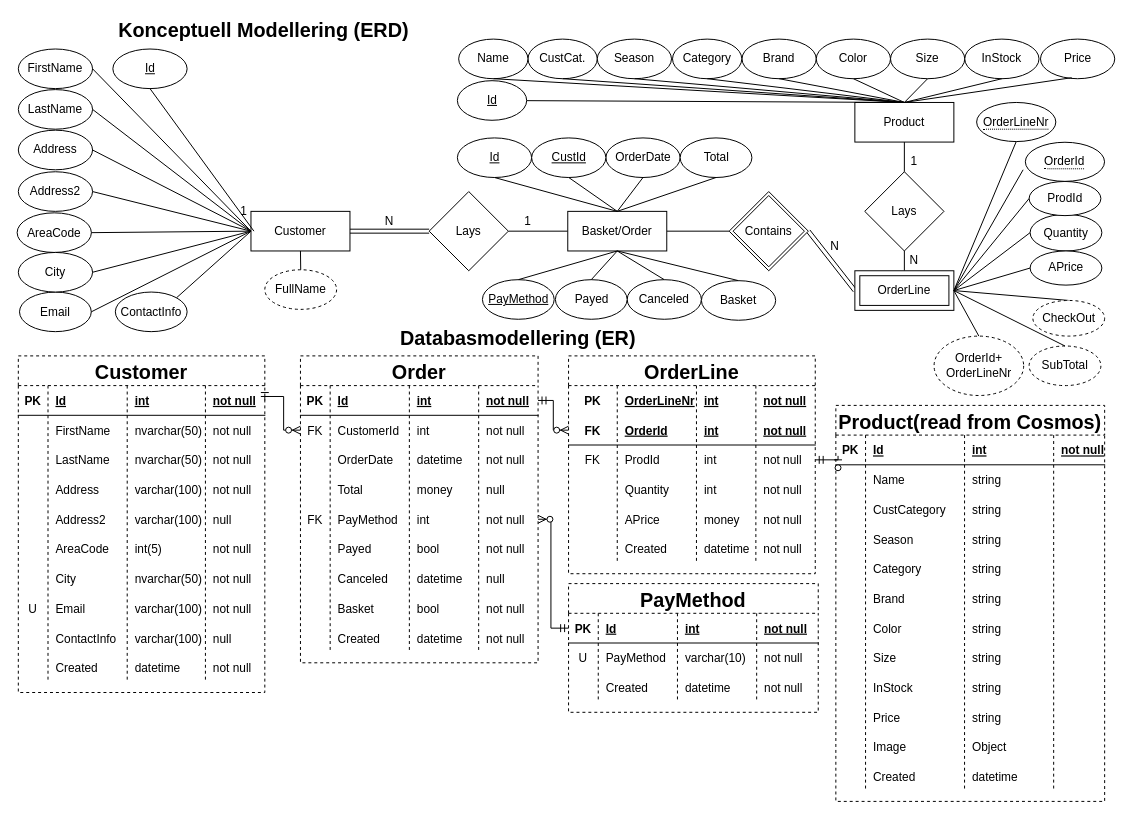
Before: Dokumentation/Databaser.drawio in apl2lexicon/DevOps, a draw.io diagram. Source tidied: cells renumbered, new cells numbered last; positions are measured from the earlier drawing's top-left corner, leaving out a move shared by most shapes. Both pictures are drawn from the tidied source at 99%, with x=0, y=0 at pixel (17, 19).
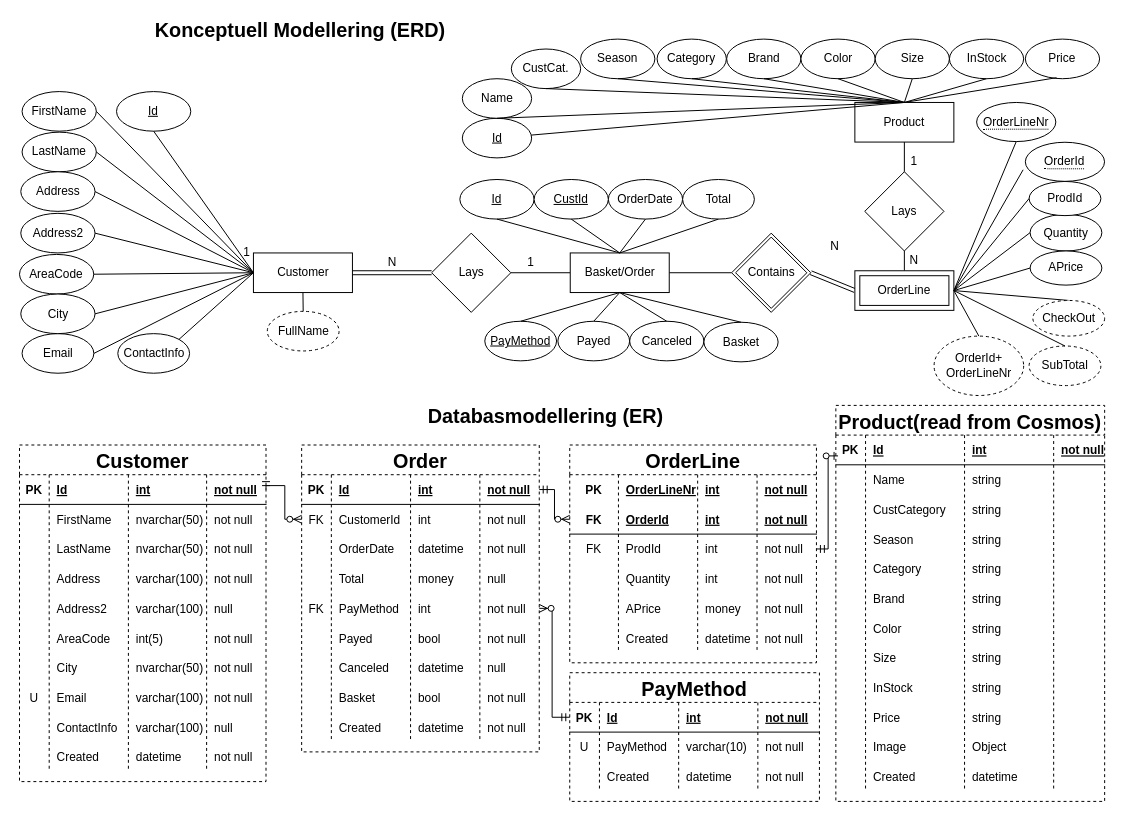
The same diagram, later.

The change refers to these unchanged cells:
```xml
<mxCell id="54" style="shape=partialRectangle;fillColor=none;top=0;left=0;bottom=1;right=0;points=[[0,0.5],[1,0.5]];portConstraint=eastwest;" parent="53" vertex="1">
  <mxGeometry y="30" width="249" height="30" as="geometry" />
</mxCell>
<mxCell id="171" style="shape=partialRectangle;fillColor=none;top=0;left=0;bottom=0;right=0;points=[[0,0.5],[1,0.5]];portConstraint=eastwest;" parent="165" vertex="1">
  <mxGeometry y="60" width="240" height="30" as="geometry" />
</mxCell>
<mxCell id="186" style="shape=partialRectangle;fillColor=none;top=0;left=0;bottom=0;right=0;points=[[0,0.5],[1,0.5]];portConstraint=eastwest;" parent="165" vertex="1">
  <mxGeometry y="150" width="240" height="30" as="geometry" />
</mxCell>
<mxCell id="223" style="shape=partialRectangle;fillColor=none;top=0;left=0;bottom=0;right=0;points=[[0,0.5],[1,0.5]];portConstraint=eastwest;" parent="212" vertex="1">
  <mxGeometry y="90" width="249.2" height="30" as="geometry" />
</mxCell>
<mxCell id="252" style="shape=partialRectangle;fillColor=none;top=0;left=0;bottom=1;right=0;points=[[0,0.5],[1,0.5]];portConstraint=eastwest;" parent="251" vertex="1">
  <mxGeometry y="30" width="252.2" height="30" as="geometry" />
</mxCell>
```

The edit, as a diff of the source:
```diff
@@
     <mxCell id="2" value="Customer" style="whiteSpace=wrap;html=1;align=center;" parent="1" vertex="1">
-      <mxGeometry x="236" y="194" width="100" height="40" as="geometry" />
+      <mxGeometry x="238.5" y="236" width="100" height="40" as="geometry" />
     </mxCell>
     <mxCell id="3" value="Id" style="ellipse;whiteSpace=wrap;html=1;align=center;fontStyle=4;" parent="1" vertex="1">
-      <mxGeometry x="96.5" y="30" width="75" height="40" as="geometry" />
+      <mxGeometry x="100.2" y="73" width="75" height="40" as="geometry" />
     </mxCell>
-    <mxCell id="4" style="endArrow=none;html=1;entryX=0.5;entryY=1;entryDx=0;entryDy=0;rounded=0;" parent="1" edge="1" target="3">
-      <mxGeometry relative="1" as="geometry">
-        <mxPoint x="239" y="214" as="sourcePoint" />
-      </mxGeometry>
+    <mxCell id="4" style="endArrow=none;html=1;entryX=0.5;entryY=1;entryDx=0;entryDy=0;rounded=0;exitX=0;exitY=0.5;exitDx=0;exitDy=0;" parent="1" edge="1" source="2" target="3">
+      <mxGeometry relative="1" as="geometry" />
     </mxCell>
     <mxCell id="5" value="FirstName" style="ellipse;whiteSpace=wrap;html=1;" parent="1" vertex="1">
-      <mxGeometry x="1" y="30" width="75" height="40" as="geometry" />
+      <mxGeometry x="4.8" y="73" width="75" height="40" as="geometry" />
     </mxCell>
     <mxCell id="6" value="LastName" style="ellipse;whiteSpace=wrap;html=1;" parent="1" vertex="1">
-      <mxGeometry x="1" y="71" width="75" height="40" as="geometry" />
+      <mxGeometry x="4.8" y="114" width="75" height="40" as="geometry" />
     </mxCell>
@@
     <mxCell id="9" value="Email" style="ellipse;whiteSpace=wrap;html=1;" parent="1" vertex="1">
-      <mxGeometry x="2.2" y="275.5" width="72.5" height="40" as="geometry" />
+      <mxGeometry x="4.8" y="317.5" width="72.5" height="40" as="geometry" />
     </mxCell>
@@
     <mxCell id="14" value="1" style="text;html=1;strokeColor=none;fillColor=none;align=center;verticalAlign=middle;whiteSpace=wrap;rounded=0;" parent="1" vertex="1">
-      <mxGeometry x="209" y="184" width="40" height="20" as="geometry" />
+      <mxGeometry x="211.5" y="226" width="40" height="20" as="geometry" />
     </mxCell>
     <mxCell id="15" value="Id" style="ellipse;whiteSpace=wrap;html=1;align=center;fontStyle=4;" parent="1" vertex="1">
-      <mxGeometry x="444.5" y="62" width="70" height="40" as="geometry" />
+      <mxGeometry x="449.5" y="100" width="70" height="40" as="geometry" />
     </mxCell>
     <mxCell id="16" value="CustCat." style="ellipse;whiteSpace=wrap;html=1;align=center;" parent="1" vertex="1">
-      <mxGeometry x="515.8" y="20" width="70" height="40" as="geometry" />
+      <mxGeometry x="499" y="30" width="70" height="40" as="geometry" />
     </mxCell>
     <mxCell id="17" value="Season" style="ellipse;whiteSpace=wrap;html=1;align=center;" parent="1" vertex="1">
-      <mxGeometry x="585.8" y="20" width="75" height="40" as="geometry" />
+      <mxGeometry x="569" y="20" width="75" height="40" as="geometry" />
     </mxCell>
     <mxCell id="18" value="Brand" style="ellipse;whiteSpace=wrap;html=1;align=center;" parent="1" vertex="1">
-      <mxGeometry x="732" y="20" width="75" height="40" as="geometry" />
+      <mxGeometry x="716.5" y="20" width="75" height="40" as="geometry" />
     </mxCell>
@@
     <mxCell id="23" value="Lays" style="rhombus;whiteSpace=wrap;html=1;" parent="1" vertex="1">
-      <mxGeometry x="416" y="174" width="80" height="80" as="geometry" />
+      <mxGeometry x="418.5" y="216" width="80" height="80" as="geometry" />
     </mxCell>
     <mxCell id="24" value="N" style="text;html=1;strokeColor=none;fillColor=none;align=center;verticalAlign=middle;whiteSpace=wrap;rounded=0;" parent="1" vertex="1">
-      <mxGeometry x="356" y="194" width="40" height="20" as="geometry" />
+      <mxGeometry x="358.5" y="236" width="40" height="20" as="geometry" />
     </mxCell>
@@
     <mxCell id="27" value="Basket/Order" style="whiteSpace=wrap;html=1;align=center;" parent="1" vertex="1">
-      <mxGeometry x="556" y="194" width="100" height="40" as="geometry" />
+      <mxGeometry x="558.5" y="236" width="100" height="40" as="geometry" />
     </mxCell>
@@
     <mxCell id="31" value="1" style="text;html=1;strokeColor=none;fillColor=none;align=center;verticalAlign=middle;whiteSpace=wrap;rounded=0;" parent="1" vertex="1">
-      <mxGeometry x="496" y="194" width="40" height="20" as="geometry" />
+      <mxGeometry x="498.5" y="236" width="40" height="20" as="geometry" />
     </mxCell>
@@
     <mxCell id="39" value="Contains" style="shape=rhombus;double=1;perimeter=rhombusPerimeter;whiteSpace=wrap;html=1;align=center;" parent="1" vertex="1">
-      <mxGeometry x="719" y="174" width="80" height="80" as="geometry" />
+      <mxGeometry x="721.5" y="216" width="80" height="80" as="geometry" />
     </mxCell>
     <mxCell id="40" value="Id" style="ellipse;whiteSpace=wrap;html=1;align=center;fontStyle=4;" parent="1" vertex="1">
-      <mxGeometry x="444.5" y="119.8" width="75" height="40" as="geometry" />
+      <mxGeometry x="447" y="161.8" width="75" height="40" as="geometry" />
     </mxCell>
@@
     <mxCell id="42" value="OrderDate" style="ellipse;whiteSpace=wrap;html=1;align=center;" parent="1" vertex="1">
-      <mxGeometry x="594.5" y="119.8" width="75" height="40" as="geometry" />
+      <mxGeometry x="597" y="161.8" width="75" height="40" as="geometry" />
     </mxCell>
@@
     <mxCell id="47" value="Total" style="ellipse;whiteSpace=wrap;html=1;" parent="1" vertex="1">
-      <mxGeometry x="669.5" y="119.8" width="72.5" height="40" as="geometry" />
+      <mxGeometry x="672" y="161.8" width="72.5" height="40" as="geometry" />
     </mxCell>
@@
     <mxCell id="49" value="FullName" style="ellipse;whiteSpace=wrap;html=1;dashed=1;" parent="1" vertex="1">
-      <mxGeometry x="250" y="253" width="72.5" height="40" as="geometry" />
+      <mxGeometry x="252.5" y="295" width="72.5" height="40" as="geometry" />
     </mxCell>
@@
     <mxCell id="51" value="Konceptuell Modellering (ERD)" style="text;html=1;strokeColor=none;fillColor=none;align=center;verticalAlign=middle;whiteSpace=wrap;rounded=0;dashed=1;fontSize=20;fontStyle=1;" parent="1" vertex="1">
-      <mxGeometry x="99" width="300" height="20" as="geometry" />
+      <mxGeometry x="136.2" width="300" height="20" as="geometry" />
     </mxCell>
     <mxCell id="52" value="Databasmodellering (ER)" style="text;html=1;strokeColor=none;fillColor=none;align=center;verticalAlign=middle;whiteSpace=wrap;rounded=0;dashed=1;fontSize=20;fontStyle=1;" parent="1" vertex="1">
-      <mxGeometry x="356" y="310.8" width="300" height="20" as="geometry" />
+      <mxGeometry x="384" y="390" width="300" height="20" as="geometry" />
     </mxCell>
     <mxCell id="53" value="Customer" style="shape=table;startSize=30;childLayout=tableLayout;rowLines=0;fontStyle=1;align=center;dashed=1;fontSize=20;" parent="1" vertex="1">
-      <mxGeometry x="1" y="340" width="249" height="340" as="geometry" />
+      <mxGeometry x="2.2" y="430" width="249" height="340" as="geometry" />
     </mxCell>
@@
     <mxCell id="165" value="Order" style="shape=table;startSize=30;childLayout=tableLayout;rowLines=0;fontStyle=1;align=center;dashed=1;fontSize=20;" parent="1" vertex="1">
-      <mxGeometry x="286" y="340" width="240" height="310" as="geometry" />
+      <mxGeometry x="287.2" y="430" width="240" height="310" as="geometry" />
     </mxCell>
@@
     <mxCell id="211" style="edgeStyle=orthogonalEdgeStyle;fontSize=12;html=1;endArrow=ERzeroToMany;startArrow=ERmandOne;strokeWidth=1;rounded=0;exitX=1;exitY=0.5;exitDx=0;exitDy=0;entryX=0;entryY=0.5;entryDx=0;entryDy=0;" parent="1" edge="1" source="54" target="171">
       <mxGeometry relative="1" as="geometry">
         <Array as="points">
-          <mxPoint x="250" y="381" />
-          <mxPoint x="269" y="381" />
-          <mxPoint x="269" y="415" />
+          <mxPoint x="251.2" y="471" />
+          <mxPoint x="270.2" y="471" />
+          <mxPoint x="270.2" y="505" />
         </Array>
       </mxGeometry>
     </mxCell>
     <mxCell id="212" value="OrderLine" style="shape=table;startSize=30;childLayout=tableLayout;rowLines=0;fontStyle=1;align=center;dashed=1;fontSize=20;" parent="1" vertex="1">
-      <mxGeometry x="556.8" y="340" width="249.2" height="220" as="geometry" />
+      <mxGeometry x="558" y="430" width="249.2" height="220" as="geometry" />
     </mxCell>
@@
     <mxCell id="244" style="edgeStyle=orthogonalEdgeStyle;fontSize=12;html=1;endArrow=ERzeroToOne;startArrow=ERmandOne;strokeWidth=1;rounded=0;exitX=1;exitY=0.5;exitDx=0;exitDy=0;entryX=0;entryY=0.5;entryDx=0;entryDy=0;" parent="1" edge="1" source="223">
       <mxGeometry relative="1" as="geometry">
         <mxPoint x="829" y="441" as="targetPoint" />
         <Array as="points">
-          <mxPoint x="829" y="445" />
-          <mxPoint x="829" y="445" />
+          <mxPoint x="819" y="535" />
+          <mxPoint x="819" y="441" />
         </Array>
       </mxGeometry>
     </mxCell>
     <mxCell id="245" value="ContactInfo" style="ellipse;whiteSpace=wrap;html=1;" parent="1" vertex="1">
-      <mxGeometry x="99" y="275.5" width="72.5" height="40" as="geometry" />
+      <mxGeometry x="101.5" y="317.5" width="72.5" height="40" as="geometry" />
     </mxCell>
@@
     <mxCell id="251" value="PayMethod" style="shape=table;startSize=30;childLayout=tableLayout;rowLines=0;fontStyle=1;align=center;dashed=1;fontSize=20;" parent="1" vertex="1">
-      <mxGeometry x="556.8" y="570" width="252.2" height="130" as="geometry" />
+      <mxGeometry x="558" y="660" width="252.2" height="130" as="geometry" />
     </mxCell>
@@
     <mxCell id="267" style="edgeStyle=orthogonalEdgeStyle;fontSize=12;html=1;endArrow=ERzeroToMany;startArrow=ERmandOne;strokeWidth=1;rounded=0;exitX=0;exitY=0.5;exitDx=0;exitDy=0;entryX=1;entryY=0.5;entryDx=0;entryDy=0;" parent="1" edge="1" source="252" target="186">
       <mxGeometry relative="1" as="geometry">
         <Array as="points">
-          <mxPoint x="539" y="615" />
-          <mxPoint x="539" y="505" />
+          <mxPoint x="540.2" y="705" />
+          <mxPoint x="540.2" y="595" />
         </Array>
       </mxGeometry>
     </mxCell>
@@
     <mxCell id="272" value="Address" style="ellipse;whiteSpace=wrap;html=1;" parent="1" vertex="1">
-      <mxGeometry x="1" y="112" width="75" height="40" as="geometry" />
+      <mxGeometry x="3.5" y="154" width="75" height="40" as="geometry" />
     </mxCell>
@@
     <mxCell id="274" value="Color" style="ellipse;whiteSpace=wrap;html=1;align=center;" parent="1" vertex="1">
-      <mxGeometry x="807" y="20" width="75" height="40" as="geometry" />
+      <mxGeometry x="791.5" y="20" width="75" height="40" as="geometry" />
     </mxCell>
     <mxCell id="275" value="Size" style="ellipse;whiteSpace=wrap;html=1;align=center;" parent="1" vertex="1">
-      <mxGeometry x="882" y="20" width="75" height="40" as="geometry" />
+      <mxGeometry x="866.5" y="20" width="75" height="40" as="geometry" />
     </mxCell>
     <mxCell id="276" value="InStock" style="ellipse;whiteSpace=wrap;html=1;align=center;" parent="1" vertex="1">
-      <mxGeometry x="957" y="20" width="75" height="40" as="geometry" />
+      <mxGeometry x="941.5" y="20" width="75" height="40" as="geometry" />
     </mxCell>
     <mxCell id="277" value="Price" style="ellipse;whiteSpace=wrap;html=1;align=center;" parent="1" vertex="1">
-      <mxGeometry x="1033.5" y="20" width="75" height="40" as="geometry" />
+      <mxGeometry x="1018.2" y="20" width="75" height="40" as="geometry" />
     </mxCell>
@@
     <mxCell id="282" value="&lt;u&gt;PayMethod&lt;/u&gt;" style="ellipse;whiteSpace=wrap;html=1;" parent="1" vertex="1">
-      <mxGeometry x="469.8" y="263" width="72.5" height="40" as="geometry" />
+      <mxGeometry x="472.2" y="305" width="72.5" height="40" as="geometry" />
     </mxCell>
@@
     <mxCell id="284" value="Canceled" style="ellipse;whiteSpace=wrap;html=1;align=center;" parent="1" vertex="1">
-      <mxGeometry x="616" y="263" width="75" height="40" as="geometry" />
+      <mxGeometry x="618.5" y="305" width="75" height="40" as="geometry" />
     </mxCell>
@@
     <mxCell id="286" value="Payed" style="ellipse;whiteSpace=wrap;html=1;" parent="1" vertex="1">
-      <mxGeometry x="543.5" y="263" width="72.5" height="40" as="geometry" />
+      <mxGeometry x="546" y="305" width="72.5" height="40" as="geometry" />
     </mxCell>
@@
     <mxCell id="288" value="CustId" style="ellipse;whiteSpace=wrap;html=1;align=center;fontStyle=4;" parent="1" vertex="1">
-      <mxGeometry x="519.5" y="119.8" width="75" height="40" as="geometry" />
+      <mxGeometry x="522" y="161.8" width="75" height="40" as="geometry" />
     </mxCell>
     <mxCell id="289" value="Basket" style="ellipse;whiteSpace=wrap;html=1;align=center;" parent="1" vertex="1">
-      <mxGeometry x="691" y="264" width="75" height="40" as="geometry" />
+      <mxGeometry x="693.5" y="306" width="75" height="40" as="geometry" />
     </mxCell>
@@
     <mxCell id="294" value="Name" style="ellipse;whiteSpace=wrap;html=1;align=center;" parent="1" vertex="1">
-      <mxGeometry x="445.8" y="20" width="70" height="40" as="geometry" />
+      <mxGeometry x="449.5" y="60" width="70" height="40" as="geometry" />
     </mxCell>
     <mxCell id="295" value="Category" style="ellipse;whiteSpace=wrap;html=1;align=center;" parent="1" vertex="1">
-      <mxGeometry x="661.8" y="20" width="70" height="40" as="geometry" />
+      <mxGeometry x="646.2" y="20" width="70" height="40" as="geometry" />
     </mxCell>
@@
     <mxCell id="298" value="Address2" style="ellipse;whiteSpace=wrap;html=1;" parent="1" vertex="1">
-      <mxGeometry x="1" y="154" width="75" height="40" as="geometry" />
+      <mxGeometry x="3.5" y="196" width="75" height="40" as="geometry" />
     </mxCell>
     <mxCell id="299" value="AreaCode" style="ellipse;whiteSpace=wrap;html=1;" parent="1" vertex="1">
-      <mxGeometry x="-0.2" y="195.5" width="75" height="40" as="geometry" />
+      <mxGeometry x="2.2" y="237.5" width="75" height="40" as="geometry" />
     </mxCell>
     <mxCell id="300" value="City" style="ellipse;whiteSpace=wrap;html=1;" parent="1" vertex="1">
-      <mxGeometry x="1" y="235.5" width="75" height="40" as="geometry" />
+      <mxGeometry x="3.5" y="277.5" width="75" height="40" as="geometry" />
     </mxCell>
```
